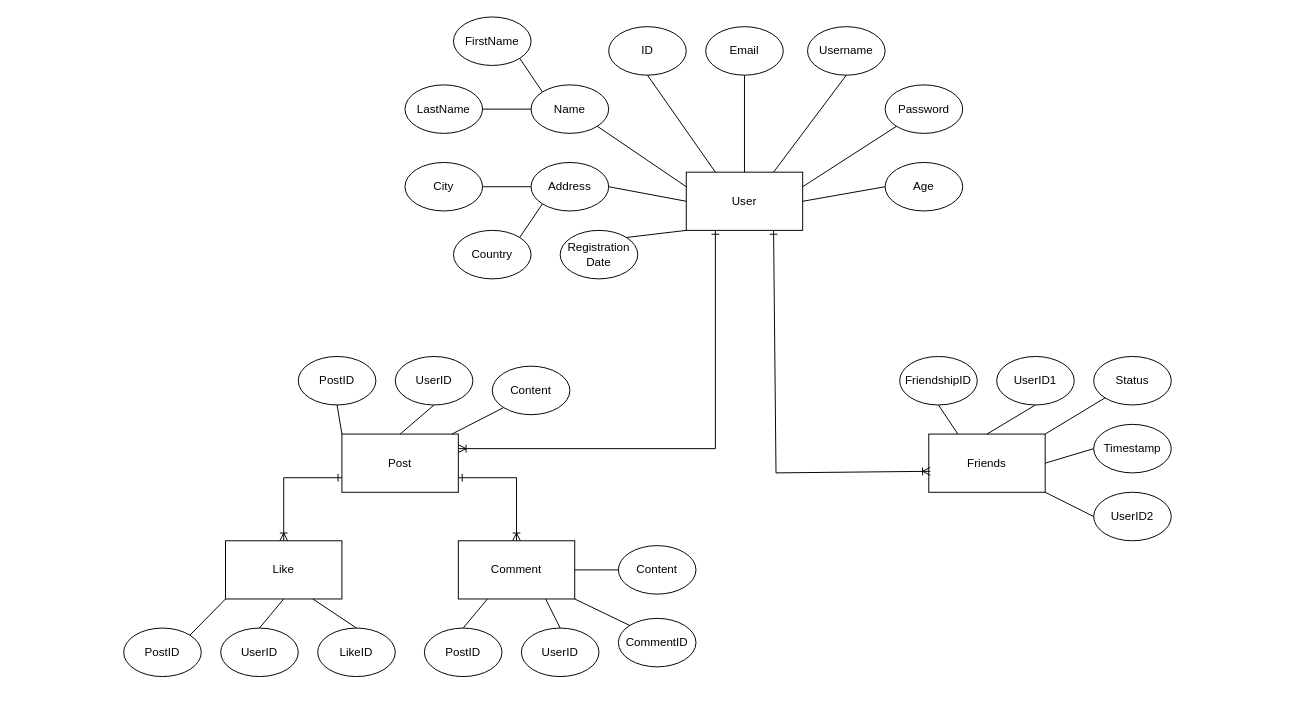
Before: Diagrams/ERDiargam.drawio in berkayguzel06/Cre8Share, a draw.io diagram. Source tidied: cells renumbered, new cells numbered last; positions are measured from the earlier drawing's top-left corner, leaving out a move shared by most shapes. Both pictures are drawn from the tidied source at 97%, with x=0, y=0 at pixel (123, 16).
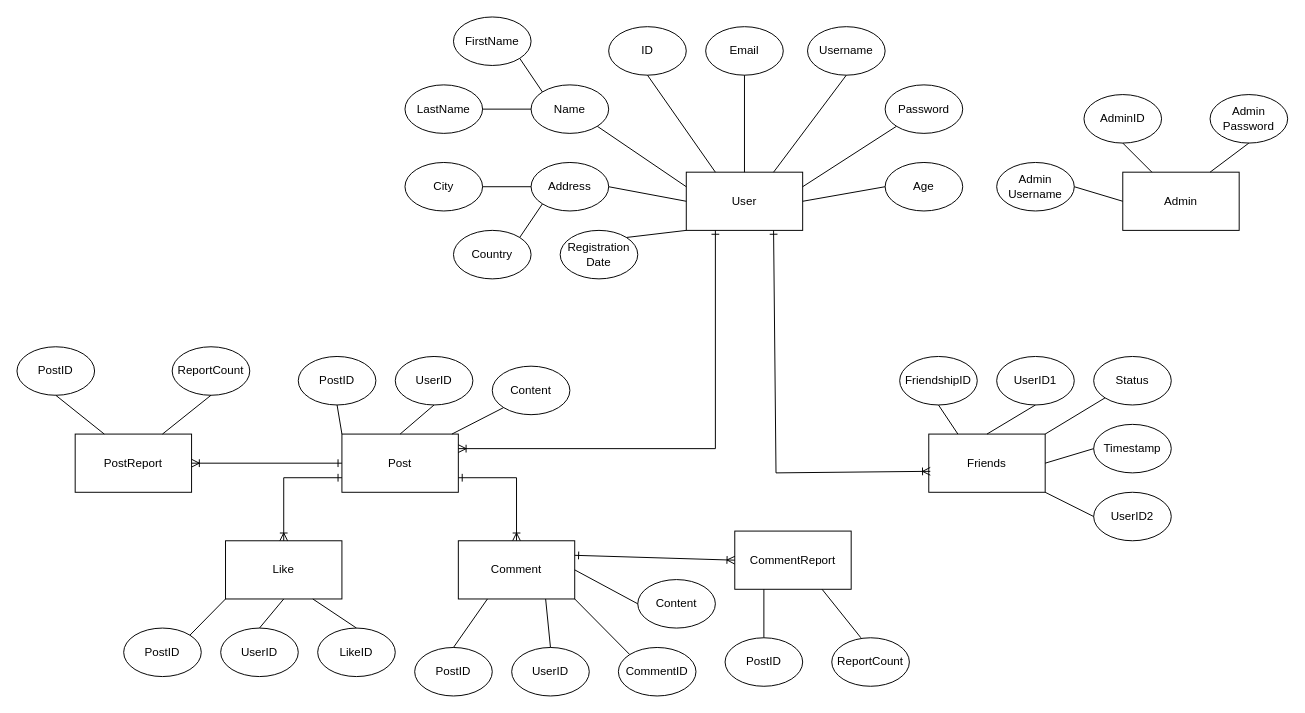
Above is the later version.

The change refers to these unchanged cells:
```xml
<mxCell id="38" value="Post" style="rounded=0;whiteSpace=wrap;html=1;" parent="1" vertex="1">
  <mxGeometry x="225" y="430" width="120" height="60" as="geometry" />
</mxCell>
<mxCell id="46" value="Comment" style="rounded=0;whiteSpace=wrap;html=1;" parent="1" vertex="1">
  <mxGeometry x="345" y="540" width="120" height="60" as="geometry" />
</mxCell>
```

The edit, as a diff of the source:
```diff
@@
     <mxCell id="52" value="PostID" style="ellipse;whiteSpace=wrap;html=1;" parent="1" vertex="1">
-      <mxGeometry x="310" y="630" width="80" height="50" as="geometry" />
+      <mxGeometry x="300" y="650" width="80" height="50" as="geometry" />
     </mxCell>
     <mxCell id="53" value="UserID" style="ellipse;whiteSpace=wrap;html=1;" parent="1" vertex="1">
-      <mxGeometry x="410" y="630" width="80" height="50" as="geometry" />
+      <mxGeometry x="400" y="650" width="80" height="50" as="geometry" />
     </mxCell>
     <mxCell id="54" value="CommentID" style="ellipse;whiteSpace=wrap;html=1;" parent="1" vertex="1">
-      <mxGeometry x="510" y="620" width="80" height="50" as="geometry" />
+      <mxGeometry x="510" y="650" width="80" height="50" as="geometry" />
     </mxCell>
     <mxCell id="55" value="Content" style="ellipse;whiteSpace=wrap;html=1;" parent="1" vertex="1">
-      <mxGeometry x="510" y="545" width="80" height="50" as="geometry" />
+      <mxGeometry x="530" y="580" width="80" height="50" as="geometry" />
     </mxCell>
@@
-    <mxCell id="60" style="endArrow=none;html=1;rounded=0;entryX=0.25;entryY=1;entryDx=0;entryDy=0;" parent="1" edge="1" target="46">
-      <mxGeometry relative="1" as="geometry">
-        <mxPoint x="350" y="630" as="sourcePoint" />
-      </mxGeometry>
+    <mxCell id="60" style="endArrow=none;html=1;rounded=0;entryX=0.25;entryY=1;entryDx=0;entryDy=0;exitX=0.5;exitY=0;exitDx=0;exitDy=0;" parent="1" edge="1" source="52" target="46">
+      <mxGeometry relative="1" as="geometry" />
     </mxCell>
@@
+    <mxCell id="65" value="PostReport" style="rounded=0;whiteSpace=wrap;html=1;" parent="1" vertex="1">
+      <mxGeometry x="-50" y="430" width="120" height="60" as="geometry" />
+    </mxCell>
+    <mxCell id="66" value="PostID" style="ellipse;whiteSpace=wrap;html=1;" parent="1" vertex="1">
+      <mxGeometry x="-110" y="340" width="80" height="50" as="geometry" />
+    </mxCell>
+    <mxCell id="67" value="ReportCount" style="ellipse;whiteSpace=wrap;html=1;" parent="1" vertex="1">
+      <mxGeometry x="50" y="340" width="80" height="50" as="geometry" />
+    </mxCell>
+    <mxCell id="68" style="endArrow=none;html=1;rounded=0;entryX=0.5;entryY=1;entryDx=0;entryDy=0;exitX=0.25;exitY=0;exitDx=0;exitDy=0;" parent="1" edge="1" source="65" target="66">
+      <mxGeometry relative="1" as="geometry" />
+    </mxCell>
+    <mxCell id="69" style="endArrow=none;html=1;rounded=0;entryX=0.5;entryY=1;entryDx=0;entryDy=0;exitX=0.75;exitY=0;exitDx=0;exitDy=0;" parent="1" edge="1" source="65" target="67">
+      <mxGeometry relative="1" as="geometry" />
+    </mxCell>
+    <mxCell id="70" style="endArrow=ERoneToMany;html=1;rounded=0;startArrow=ERone;startFill=0;endFill=0;exitX=0;exitY=0.5;exitDx=0;exitDy=0;entryX=1;entryY=0.5;entryDx=0;entryDy=0;" parent="1" edge="1" source="38" target="65">
+      <mxGeometry relative="1" as="geometry" />
+    </mxCell>
+    <mxCell id="71" value="CommentReport" style="rounded=0;whiteSpace=wrap;html=1;" parent="1" vertex="1">
+      <mxGeometry x="630" y="530" width="120" height="60" as="geometry" />
+    </mxCell>
+    <mxCell id="72" style="endArrow=ERoneToMany;html=1;rounded=0;startArrow=ERone;startFill=0;endFill=0;exitX=1;exitY=0.25;exitDx=0;exitDy=0;entryX=0;entryY=0.5;entryDx=0;entryDy=0;" parent="1" edge="1" source="46" target="71">
+      <mxGeometry relative="1" as="geometry" />
+    </mxCell>
+    <mxCell id="73" style="endArrow=none;html=1;rounded=0;exitX=0.25;exitY=1;exitDx=0;exitDy=0;" parent="1" edge="1" source="71">
+      <mxGeometry relative="1" as="geometry">
+        <mxPoint x="660" y="640" as="targetPoint" />
+      </mxGeometry>
+    </mxCell>
+    <mxCell id="74" value="PostID" style="ellipse;whiteSpace=wrap;html=1;" parent="1" vertex="1">
+      <mxGeometry x="620" y="640" width="80" height="50" as="geometry" />
+    </mxCell>
+    <mxCell id="75" style="endArrow=none;html=1;rounded=0;exitX=0.75;exitY=1;exitDx=0;exitDy=0;" parent="1" edge="1" source="71">
+      <mxGeometry relative="1" as="geometry">
+        <mxPoint x="760" y="640" as="targetPoint" />
+      </mxGeometry>
+    </mxCell>
+    <mxCell id="76" value="ReportCount" style="ellipse;whiteSpace=wrap;html=1;" parent="1" vertex="1">
+      <mxGeometry x="730" y="640" width="80" height="50" as="geometry" />
+    </mxCell>
+    <mxCell id="77" value="Admin" style="rounded=0;whiteSpace=wrap;html=1;" parent="1" vertex="1">
+      <mxGeometry x="1030" y="160" width="120" height="60" as="geometry" />
+    </mxCell>
+    <mxCell id="78" value="Admin&lt;br&gt;Password" style="ellipse;whiteSpace=wrap;html=1;" parent="1" vertex="1">
+      <mxGeometry x="1120" y="80" width="80" height="50" as="geometry" />
+    </mxCell>
+    <mxCell id="79" value="AdminID" style="ellipse;whiteSpace=wrap;html=1;" parent="1" vertex="1">
+      <mxGeometry x="990" y="80" width="80" height="50" as="geometry" />
+    </mxCell>
+    <mxCell id="80" value="Admin&lt;br&gt;Username" style="ellipse;whiteSpace=wrap;html=1;" parent="1" vertex="1">
+      <mxGeometry x="900" y="150" width="80" height="50" as="geometry" />
+    </mxCell>
+    <mxCell id="81" style="endArrow=none;html=1;rounded=0;exitX=0;exitY=0.5;exitDx=0;exitDy=0;entryX=1;entryY=0.5;entryDx=0;entryDy=0;" parent="1" edge="1" source="77" target="80">
+      <mxGeometry relative="1" as="geometry" />
+    </mxCell>
+    <mxCell id="82" style="endArrow=none;html=1;rounded=0;exitX=0.25;exitY=0;exitDx=0;exitDy=0;entryX=0.5;entryY=1;entryDx=0;entryDy=0;" parent="1" edge="1" source="77" target="79">
+      <mxGeometry relative="1" as="geometry" />
+    </mxCell>
+    <mxCell id="83" style="endArrow=none;html=1;rounded=0;exitX=0.75;exitY=0;exitDx=0;exitDy=0;entryX=0.5;entryY=1;entryDx=0;entryDy=0;" parent="1" edge="1" source="77" target="78">
+      <mxGeometry relative="1" as="geometry" />
+    </mxCell>
```
